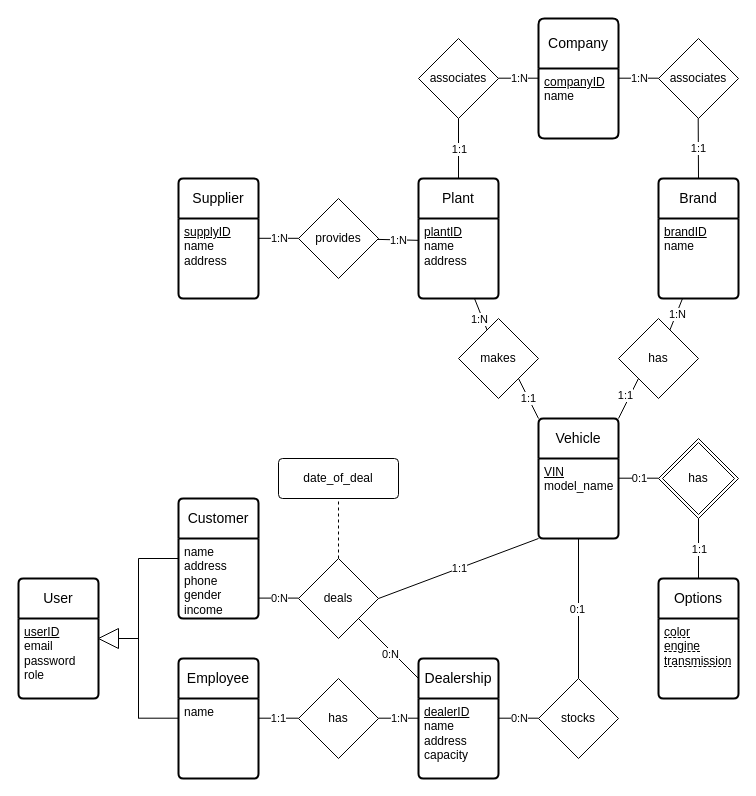
Above: docs/er_diagram.drawio in pthomasv/4701 (draw.io), before the change. Source tidied: cells renumbered, new cells numbered last; positions are measured from the earlier drawing's top-left corner, leaving out a move shared by most shapes. Both pictures are drawn from the tidied source at 100%, with x=0, y=0 at pixel (18, 18).
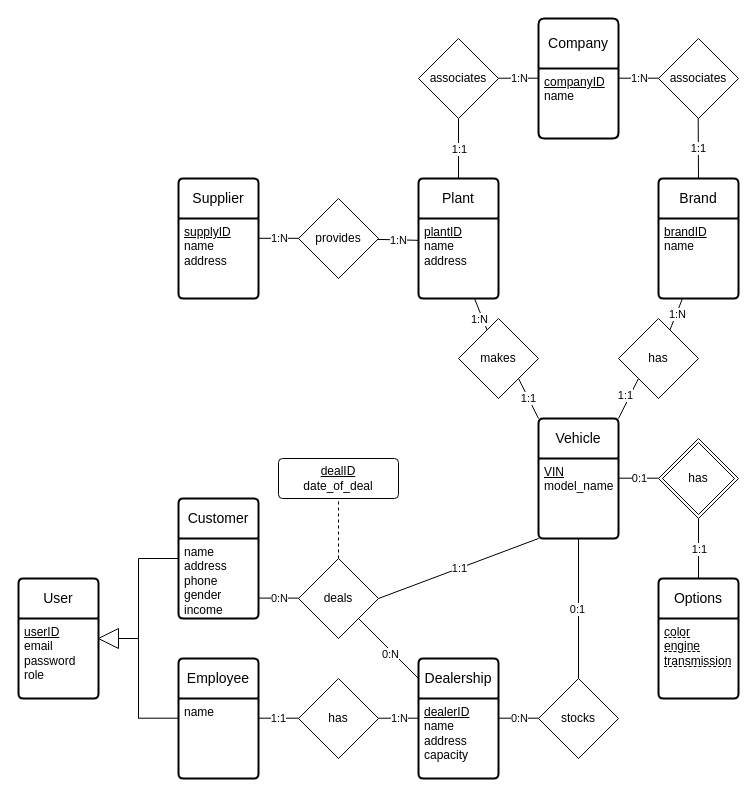
The same diagram, later.

Diff of the diagram source:
```diff
@@
-    <mxCell id="56" value="&lt;div&gt;&lt;span style=&quot;background-color: transparent;&quot;&gt;date_of_deal&lt;/span&gt;&lt;/div&gt;" style="rounded=1;arcSize=10;whiteSpace=wrap;html=1;align=center;" parent="1" vertex="1">
+    <mxCell id="56" value="&lt;div&gt;&lt;span style=&quot;background-color: transparent;&quot;&gt;&lt;u&gt;dealID&lt;/u&gt;&lt;/span&gt;&lt;/div&gt;&lt;div&gt;&lt;span style=&quot;background-color: transparent;&quot;&gt;date_of_deal&lt;/span&gt;&lt;/div&gt;" style="rounded=1;arcSize=10;whiteSpace=wrap;html=1;align=center;" parent="1" vertex="1">
       <mxGeometry x="260" y="440" width="120" height="40" as="geometry" />
     </mxCell>
```
